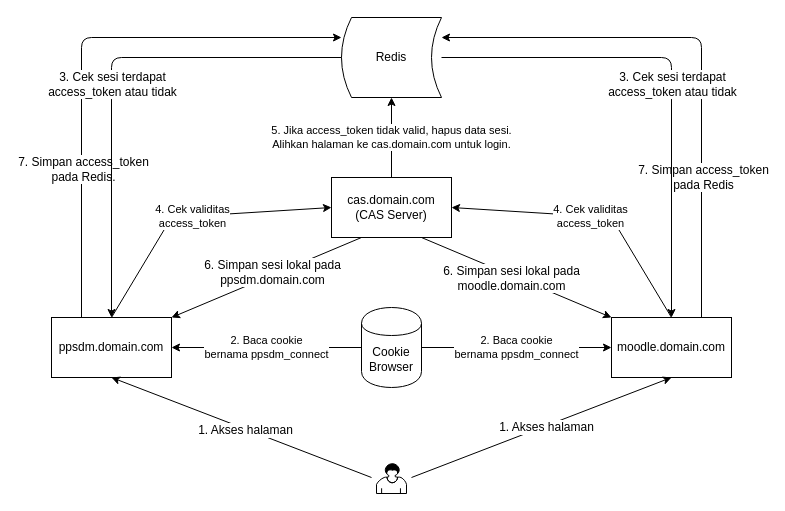
nmfzone/Learning keeps this draw.io diagram as Untitled Diagram.drawio. Above is the earlier version. Source tidied: cells renumbered, new cells numbered last; positions are measured from the earlier drawing's top-left corner, leaving out a move shared by most shapes. Both pictures are drawn from the tidied source at 100%, with x=0, y=0 at pixel (51, 17).
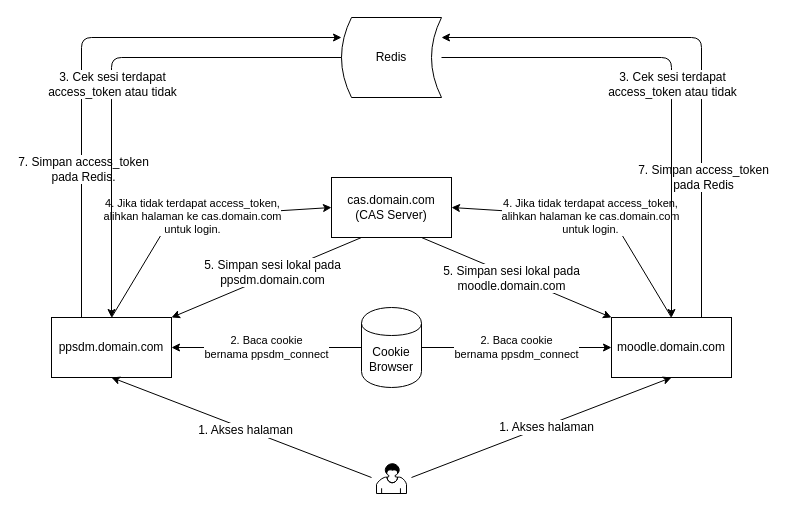
Above is the later version.

The change refers to these unchanged cells:
```xml
<mxCell id="3" value="ppsdm.domain.com" style="rounded=0;whiteSpace=wrap;html=1;" parent="1" vertex="1">
  <mxGeometry y="300" width="120" height="60" as="geometry" />
</mxCell>
<mxCell id="5" value="cas.domain.com&lt;br&gt;(CAS Server)" style="rounded=0;whiteSpace=wrap;html=1;" parent="1" vertex="1">
  <mxGeometry x="280" y="160" width="120" height="60" as="geometry" />
</mxCell>
<mxCell id="11" value="Redis" style="shape=dataStorage;whiteSpace=wrap;html=1;" parent="1" vertex="1">
  <mxGeometry x="290" width="100" height="80" as="geometry" />
</mxCell>
<mxCell id="17" style="endArrow=classic;html=1;exitX=0.25;exitY=1;exitDx=0;exitDy=0;entryX=1;entryY=0;entryDx=0;entryDy=0;" parent="1" edge="1" source="5" target="3">
  <mxGeometry relative="1" as="geometry" />
</mxCell>
<mxCell id="19" style="endArrow=classic;html=1;exitX=0.75;exitY=1;exitDx=0;exitDy=0;entryX=0;entryY=0;entryDx=0;entryDy=0;" parent="1" edge="1" source="5" target="4">
  <mxGeometry relative="1" as="geometry" />
</mxCell>
```

What changed in the source:
```diff
@@
-    <mxCell id="14" value="4. Cek validitas&lt;br&gt;access_token" style="endArrow=classic;html=1;exitX=0.5;exitY=0;exitDx=0;exitDy=0;entryX=0;entryY=0.5;entryDx=0;entryDy=0;" parent="1" edge="1" source="3" target="5">
+    <mxCell id="14" value="4. Jika tidak terdapat access_token,&lt;br&gt;alihkan halaman ke cas.domain.com&lt;br&gt;untuk login." style="endArrow=classic;html=1;exitX=0.5;exitY=0;exitDx=0;exitDy=0;entryX=0;entryY=0.5;entryDx=0;entryDy=0;" parent="1" edge="1" source="3" target="5">
       <mxGeometry relative="1" as="geometry">
         <Array as="points">
           <mxPoint x="120" y="200" />
         </Array>
       </mxGeometry>
     </mxCell>
-    <mxCell id="15" value="5. Jika access_token tidak valid, hapus data sesi.&lt;br&gt;Alihkan halaman ke cas.domain.com untuk login." style="endArrow=classic;html=1;exitX=0.5;exitY=0;exitDx=0;exitDy=0;entryX=0.5;entryY=1;entryDx=0;entryDy=0;" parent="1" edge="1" source="5" target="11">
-      <mxGeometry relative="1" as="geometry" />
-    </mxCell>
-    <mxCell id="16" value="4. Cek validitas&lt;br&gt;access_token" style="endArrow=classic;html=1;entryX=1;entryY=0.5;entryDx=0;entryDy=0;" parent="1" edge="1" target="5">
+    <mxCell id="16" value="4. Jika tidak terdapat access_token,&lt;br&gt;alihkan halaman ke cas.domain.com&lt;br&gt;untuk login." style="endArrow=classic;html=1;entryX=1;entryY=0.5;entryDx=0;entryDy=0;" parent="1" edge="1" target="5">
       <mxGeometry relative="1" as="geometry">
         <mxPoint x="620" y="300" as="sourcePoint" />
         <Array as="points">
           <mxPoint x="560" y="200" />
         </Array>
       </mxGeometry>
     </mxCell>
@@
-    <mxCell id="18" value="6. Simpan sesi lokal pada&lt;br&gt;ppsdm.domain.com" style="text;html=1;align=center;verticalAlign=middle;labelBackgroundColor=#ffffff;" parent="17" vertex="1">
+    <mxCell id="18" value="5. Simpan sesi lokal pada&lt;br&gt;ppsdm.domain.com" style="text;html=1;align=center;verticalAlign=middle;labelBackgroundColor=#ffffff;" parent="17" vertex="1">
       <mxGeometry x="-0.06" y="-3" relative="1" as="geometry">
         <mxPoint x="1" as="offset" />
       </mxGeometry>
     </mxCell>
@@
-    <mxCell id="20" value="6. Simpan sesi lokal pada&lt;br&gt;moodle.domain.com" style="text;html=1;align=center;verticalAlign=middle;labelBackgroundColor=#ffffff;" parent="19" vertex="1">
+    <mxCell id="20" value="5. Simpan sesi lokal pada&lt;br&gt;moodle.domain.com" style="text;html=1;align=center;verticalAlign=middle;labelBackgroundColor=#ffffff;" parent="19" vertex="1">
       <mxGeometry x="-0.06" y="-3" relative="1" as="geometry">
         <mxPoint x="1" as="offset" />
       </mxGeometry>
     </mxCell>
```
